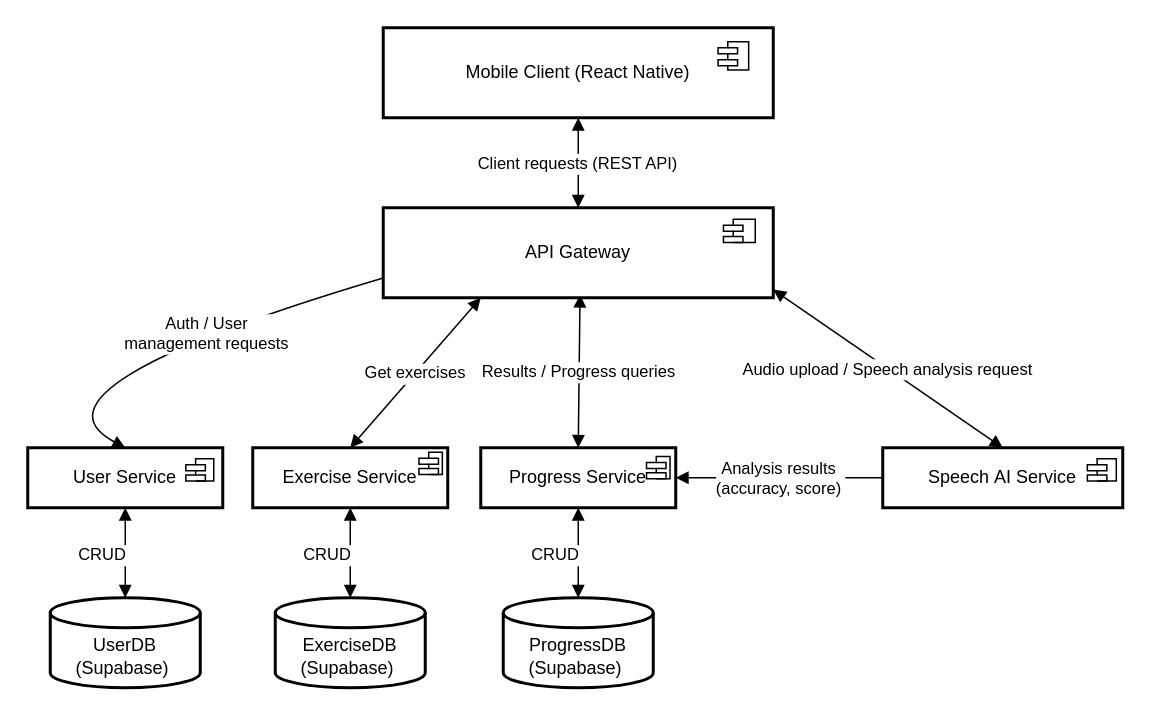
Above: page "Components" (1 of 3) of APPZ/Diagrams.drawio in mangust13/Sem_07 (draw.io), before the change. Source tidied: cells renumbered, new cells numbered last; positions are measured from the earlier drawing's top-left corner, leaving out a move shared by most shapes. Both pictures are drawn from the tidied source at 150%, with x=0, y=0 at pixel (12, 27).
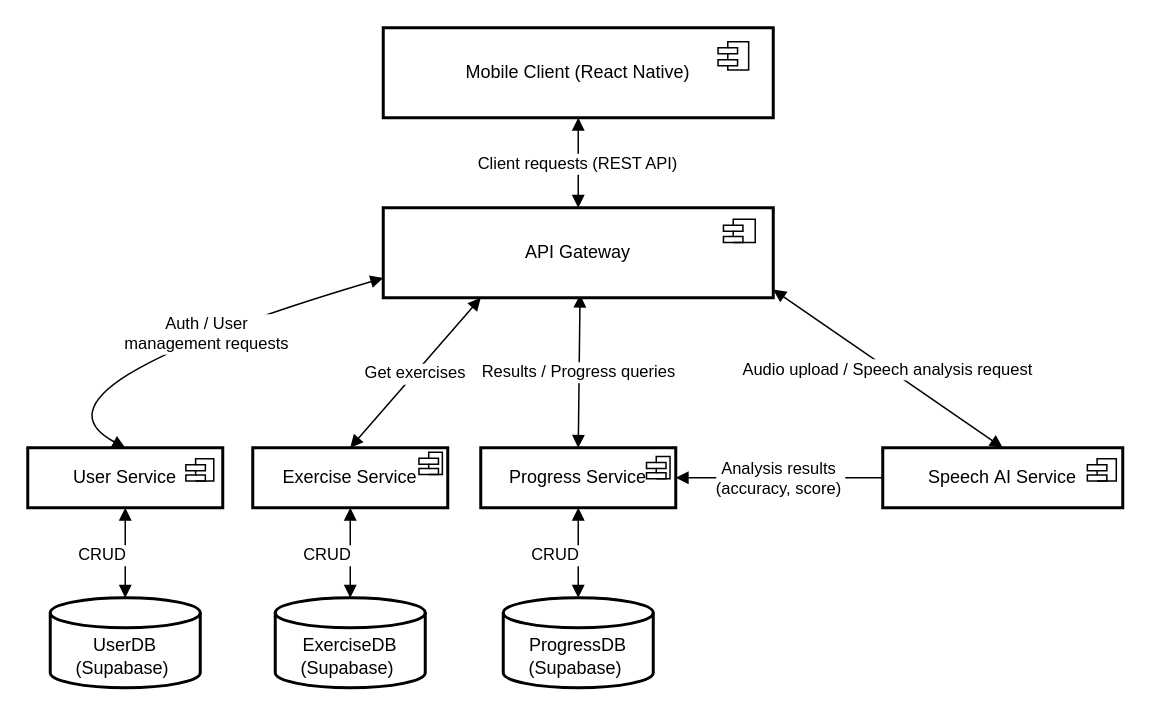
The same diagram, later.

The change refers to these unchanged cells:
```xml
<mxCell id="9" value="User Service" style="whiteSpace=wrap;strokeWidth=2;" parent="8" vertex="1">
  <mxGeometry width="130" height="40" as="geometry" />
</mxCell>
<mxCell id="21" value="API Gateway" style="whiteSpace=wrap;strokeWidth=2;" parent="20" vertex="1">
  <mxGeometry width="260" height="60" as="geometry" />
</mxCell>
```

Change to the diagram source:
```diff
@@
-    <mxCell id="3" value="Auth / User &#10;management requests" style="curved=1;startArrow=none;endArrow=block;exitX=0;exitY=0.78;entryX=0.5;entryY=0.01;rounded=0;" parent="1" edge="1" source="21" target="9">
+    <mxCell id="3" value="Auth / User &#10;management requests" style="curved=1;startArrow=block;endArrow=block;exitX=0;exitY=0.78;entryX=0.5;entryY=0.01;rounded=0;startFill=1;" parent="1" edge="1" source="21" target="9">
       <mxGeometry x="-0.28" y="2" relative="1" as="geometry">
         <Array as="points">
           <mxPoint y="240" />
         </Array>
       </mxGeometry>
     </mxCell>
```
